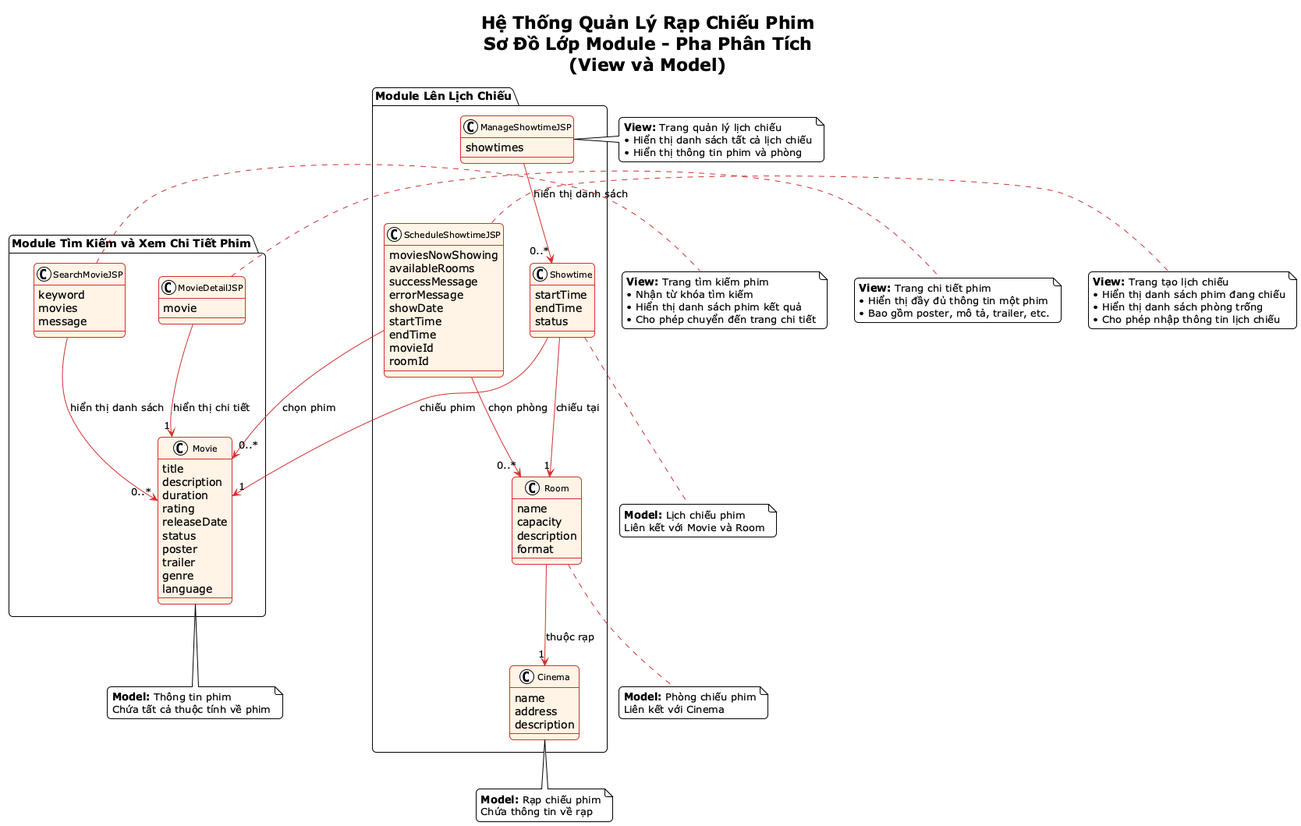
Earlier version of the PlantUML export report/Cinema Module Class Diagram - Pha Phân Tích.png (ProMeX04/Cinema).
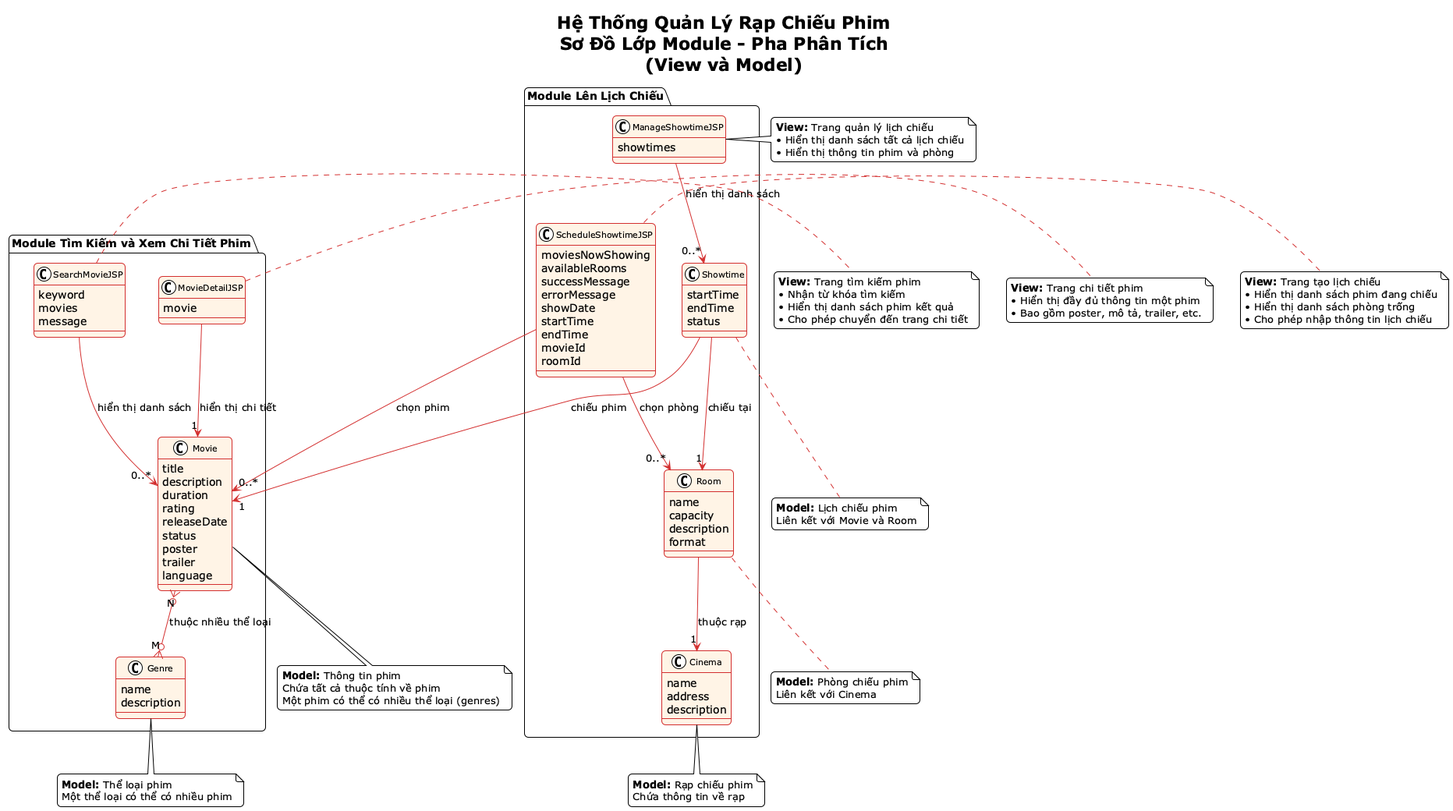
Above is the later version.

Diff of the diagram source:
```diff
@@ -29,6 +29,11 @@
         movie
     }
 
+    class Genre {
+        name
+        description
+    }
+
     class Movie {
         title
         description
@@ -38,7 +43,6 @@
         status
         poster
         trailer
-        genre
         language
     }
 }
@@ -81,6 +85,8 @@
     }
 }
 
+
+Movie "N" }o--o{ "M" Genre : "thuộc nhiều thể loại"
 
 
 SearchMovieJSP --> "0..*" Movie : "hiển thị danh sách"
@@ -130,6 +136,12 @@
 note bottom of Movie
     <b>Model:</b> Thông tin phim
     Chứa tất cả thuộc tính về phim
+    Một phim có thể có nhiều thể loại (genres)
+end note
+
+note bottom of Genre
+    <b>Model:</b> Thể loại phim
+    Một thể loại có thể có nhiều phim
 end note
 
 note bottom of Showtime
```
